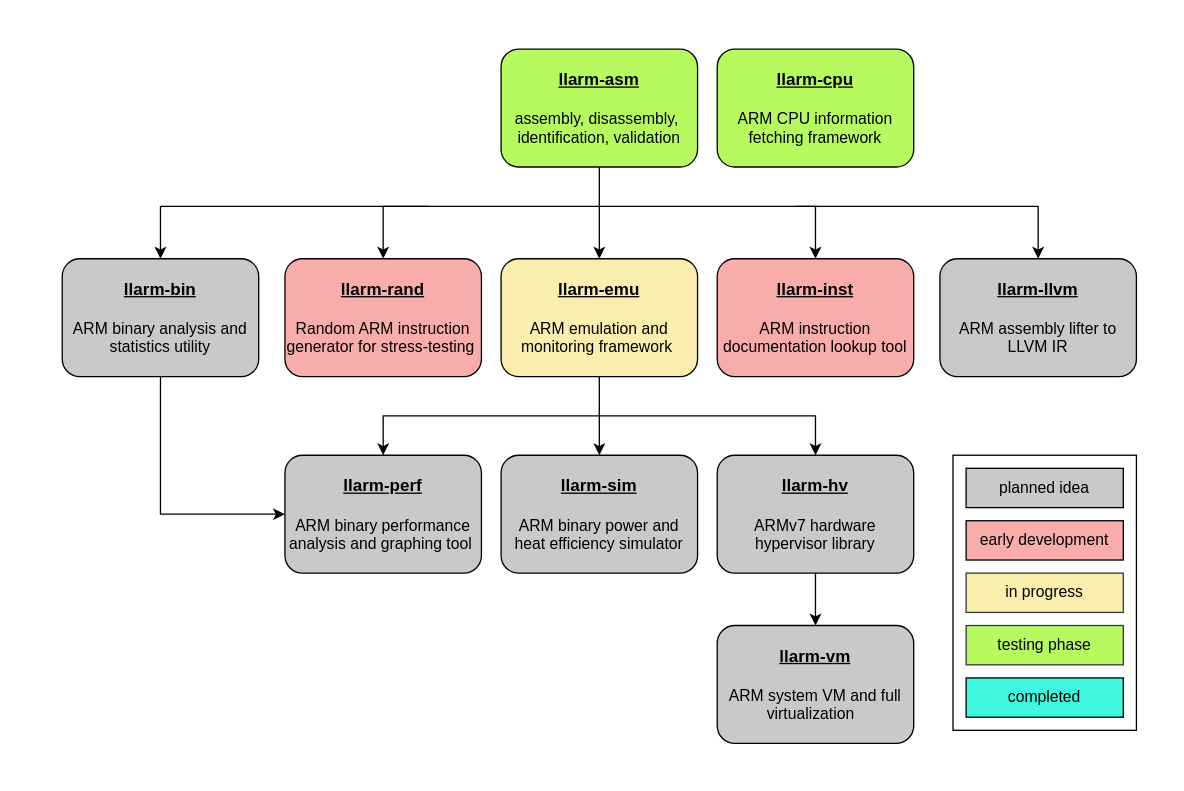
Above: assets/roadmap/llarm_roadmap.drawio in kernelwernel/llarm (draw.io), before the change. Source tidied: cells renumbered, new cells numbered last; positions are measured from the earlier drawing's top-left corner, leaving out a move shared by most shapes. Both pictures are drawn from the tidied source at 131%, with x=0, y=0 at pixel (22, 22).
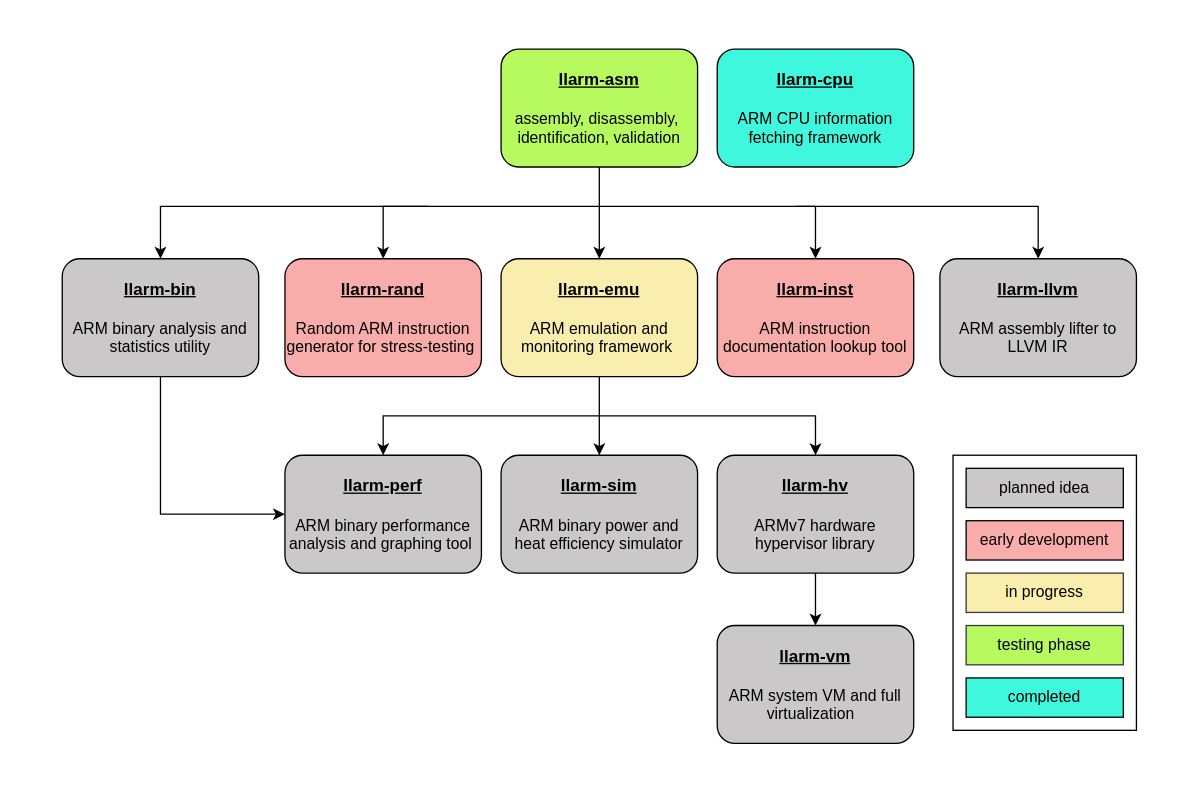
After the change.

What changed in the source:
```diff
@@
-    <mxCell id="29" value="&lt;div&gt;&lt;font style=&quot;font-size: 13px;&quot;&gt;&lt;b&gt;&lt;u&gt;llarm-cpu&lt;/u&gt;&lt;/b&gt;&lt;/font&gt;&lt;/div&gt;&lt;div&gt;&lt;font style=&quot;font-size: 13px;&quot;&gt;&lt;b&gt;&lt;u&gt;&lt;br&gt;&lt;/u&gt;&lt;/b&gt;&lt;/font&gt;&lt;/div&gt;ARM CPU information fetching framework" style="rounded=1;whiteSpace=wrap;html=1;fillColor=#B7FA60;strokeColor=#000000;" parent="1" vertex="1">
+    <mxCell id="29" value="&lt;div&gt;&lt;font style=&quot;font-size: 13px;&quot;&gt;&lt;b&gt;&lt;u&gt;llarm-cpu&lt;/u&gt;&lt;/b&gt;&lt;/font&gt;&lt;/div&gt;&lt;div&gt;&lt;font style=&quot;font-size: 13px;&quot;&gt;&lt;b&gt;&lt;u&gt;&lt;br&gt;&lt;/u&gt;&lt;/b&gt;&lt;/font&gt;&lt;/div&gt;ARM CPU information fetching framework" style="rounded=1;whiteSpace=wrap;html=1;fillColor=#3FF7DC;strokeColor=#000000;" parent="1" vertex="1">
       <mxGeometry x="530" y="20" width="150" height="90" as="geometry" />
     </mxCell>
```
